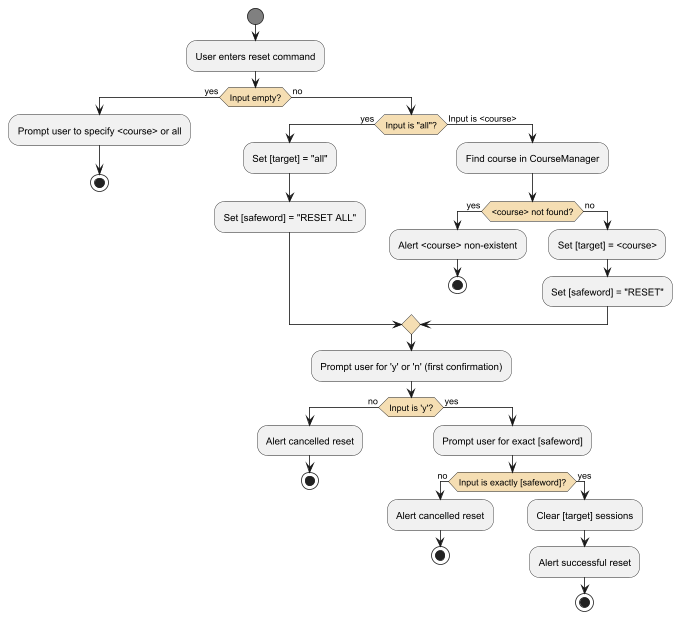
Above: docs/diagrams/ResetFunctionDiagram.png in t-kandasami/tp (PlantUML), before the change. Its diagram source:
```plantuml
@startuml

skinparam ActivityStartColor #Gray
skinparam ActivityEndColor #Gray
skinparam ActivityDiamondBackgroundColor #Wheat
skinparam Padding 1
skinparam ParticipantPadding 1
skinparam BoxPadding 1

start

:User enters reset command;

if (Input empty?) then (yes)
    :Prompt user to specify <course> or all;
    stop
else (no)

if (Input is "all"?) then (yes)
    :Set [target] = "all";
    :Set [safeword] = "RESET ALL";

else (Input is <course>)
    :Find course in CourseManager;
    if (<course> not found?) then (yes)
        :Alert <course> non-existent;
        stop
    else (no)
    :Set [target] = <course>;
    :Set [safeword] = "RESET";
    endif
endif

:Prompt user for 'y' or 'n' (first confirmation);

if (Input is 'y'?) then (no)
    :Alert cancelled reset;
    stop
else (yes)

:Prompt user for exact [safeword];

if (Input is exactly [safeword]?) then (no)
    :Alert cancelled reset;
    stop
else (yes)

:Clear [target] sessions;
:Alert successful reset;

stop
@enduml
```
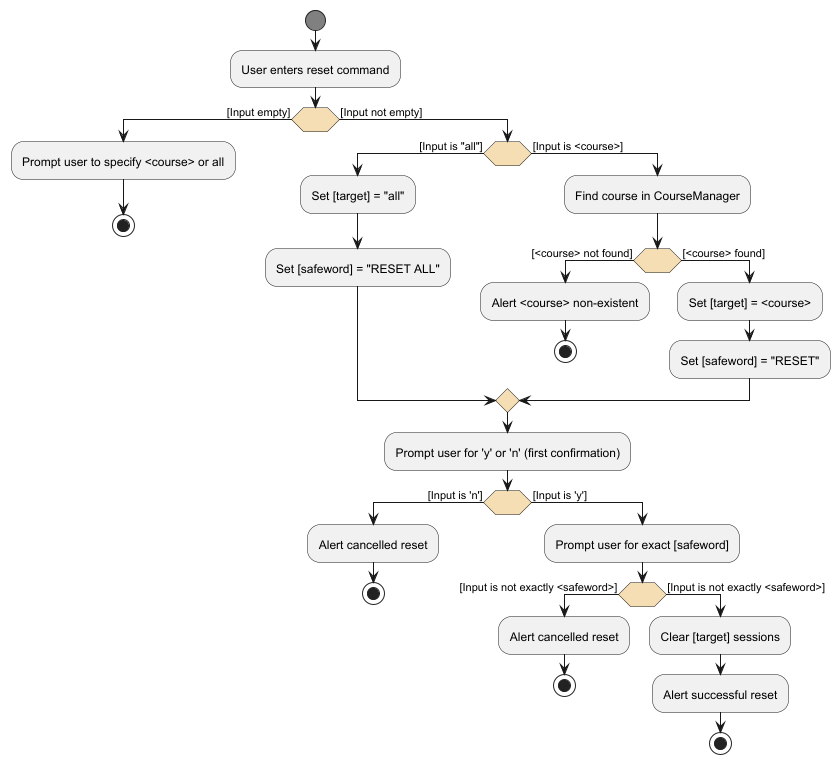
After the change.

Commit message:
refactor: Update reset workflow activity diagram .png file

Change to the diagram source:
```diff
@@ -11,21 +11,21 @@
 
 :User enters reset command;
 
-if (Input empty?) then (yes)
+if () then ([Input empty])
     :Prompt user to specify <course> or all;
     stop
-else (no)
+else ([Input not empty])
 
-if (Input is "all"?) then (yes)
+if () then ([Input is "all"])
     :Set [target] = "all";
     :Set [safeword] = "RESET ALL";
 
-else (Input is <course>)
+else ([Input is <course>])
     :Find course in CourseManager;
-    if (<course> not found?) then (yes)
+    if () then ([<course> not found])
         :Alert <course> non-existent;
         stop
-    else (no)
+    else ([<course> found])
     :Set [target] = <course>;
     :Set [safeword] = "RESET";
     endif
@@ -33,17 +33,17 @@
 
 :Prompt user for 'y' or 'n' (first confirmation);
 
-if (Input is 'y'?) then (no)
+if () then ([Input is 'n'])
     :Alert cancelled reset;
     stop
-else (yes)
+else ([Input is 'y'])
 
 :Prompt user for exact [safeword];
 
-if (Input is exactly [safeword]?) then (no)
+if () then ([Input is not exactly <safeword>])
     :Alert cancelled reset;
     stop
-else (yes)
+else ([Input is not exactly <safeword>])
 
 :Clear [target] sessions;
 :Alert successful reset;
```
